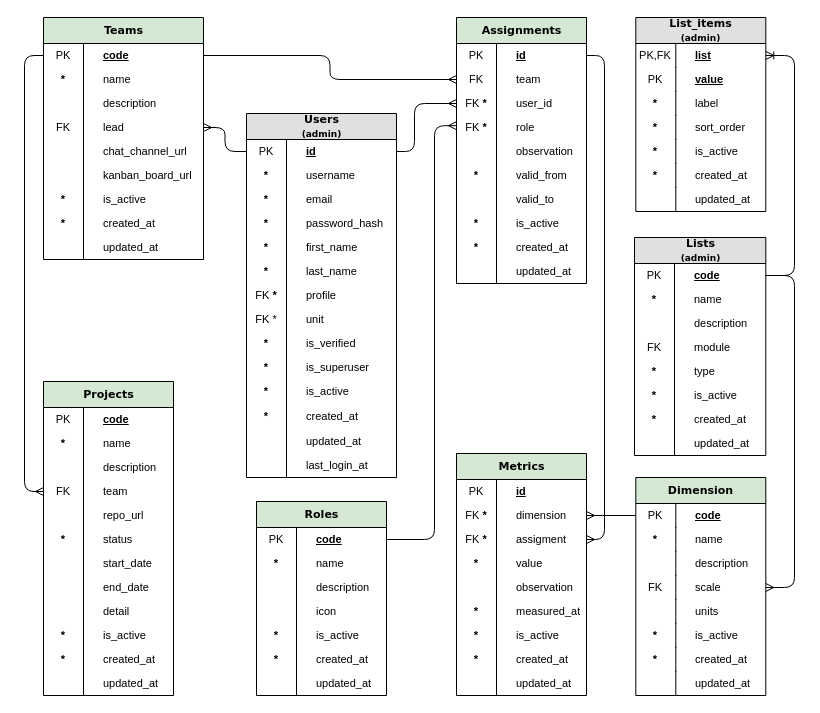
This is page "collab" (4 of 8) of docs/models.drawio from abc-flex/synapxia, a draw.io file, before an edit. Source tidied: cells renumbered, new cells numbered last; positions are measured from the earlier drawing's top-left corner, leaving out a move shared by most shapes. Both pictures are drawn from the tidied source at 100%, with x=0, y=0 at pixel (24, 17).
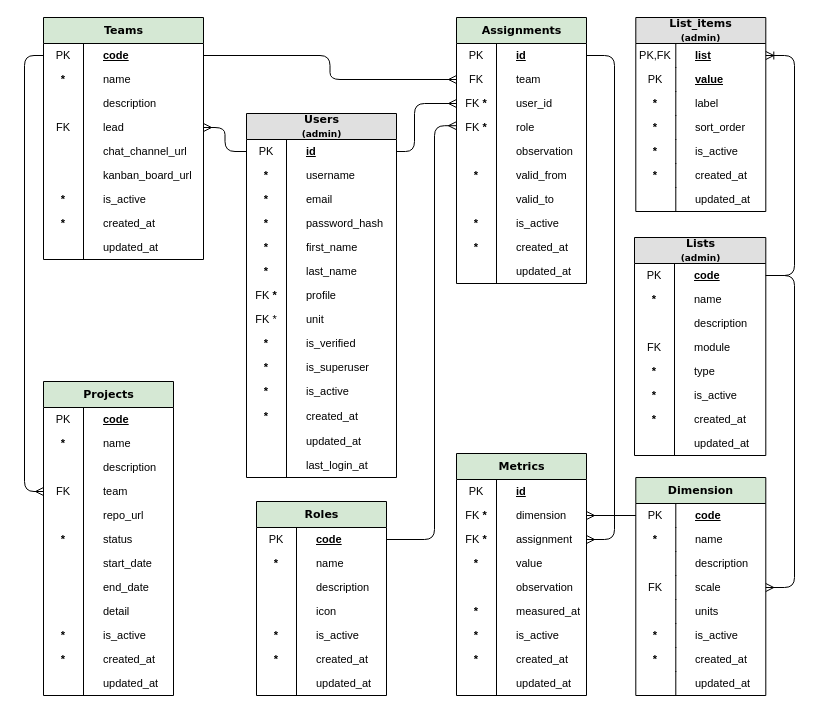
Above is the later version.

Unchanged cells that the change refers to:
```xml
<mxCell id="98" value="&lt;u&gt;id&lt;/u&gt;" style="shape=partialRectangle;top=0;left=0;right=0;bottom=0;html=1;align=left;verticalAlign=middle;fillColor=none;spacingLeft=60;spacingRight=4;whiteSpace=wrap;overflow=hidden;points=[[0,0.5],[1,0.5]];portConstraint=eastwest;fontStyle=1;fontSize=11;spacing=0;shadow=0;" parent="97" vertex="1">
  <mxGeometry y="26" width="130" height="24" as="geometry" />
</mxCell>
<mxCell id="167" value="&lt;font&gt;&lt;span&gt;Metrics&lt;/span&gt;&lt;/font&gt;" style="swimlane;html=1;fontStyle=1;horizontal=1;startSize=26;fillColor=#D5E8D4;swimlaneFillColor=#ffffff;align=center;rounded=0;shadow=0;comic=0;labelBackgroundColor=none;strokeWidth=1;fontFamily=Verdana;fontSize=11;spacing=0;" parent="1" vertex="1">
  <mxGeometry x="432" y="436" width="130" height="242" as="geometry" />
</mxCell>
```

The edit, as a diff of the source:
```diff
@@
-    <mxCell id="172" value="assigment" style="shape=partialRectangle;top=0;left=0;right=0;bottom=0;html=1;align=left;verticalAlign=middle;fillColor=none;spacingLeft=60;spacingRight=4;whiteSpace=wrap;overflow=hidden;points=[[0,0.5],[1,0.5]];portConstraint=eastwest;fontStyle=0;fontSize=11;spacing=0;" parent="167" vertex="1">
+    <mxCell id="172" value="assignment" style="shape=partialRectangle;top=0;left=0;right=0;bottom=0;html=1;align=left;verticalAlign=middle;fillColor=none;spacingLeft=60;spacingRight=4;whiteSpace=wrap;overflow=hidden;points=[[0,0.5],[1,0.5]];portConstraint=eastwest;fontStyle=0;fontSize=11;spacing=0;" parent="167" vertex="1">
       <mxGeometry y="74" width="130" height="24" as="geometry" />
     </mxCell>
@@
     <mxCell id="186" style="edgeStyle=orthogonalEdgeStyle;html=1;startArrow=none;endArrow=ERmany;rounded=1;fontFamily=Verdana;fontSize=11;fontStyle=1;endFill=0;spacing=0;startFill=0;exitX=1;exitY=0.5;exitDx=0;exitDy=0;entryX=1;entryY=0.5;entryDx=0;entryDy=0;" parent="1" edge="1" source="98" target="172">
       <mxGeometry relative="1" as="geometry">
         <Array as="points">
-          <mxPoint x="580" y="38" />
-          <mxPoint x="580" y="522" />
+          <mxPoint x="590" y="38" />
+          <mxPoint x="590" y="522" />
         </Array>
       </mxGeometry>
     </mxCell>
```
